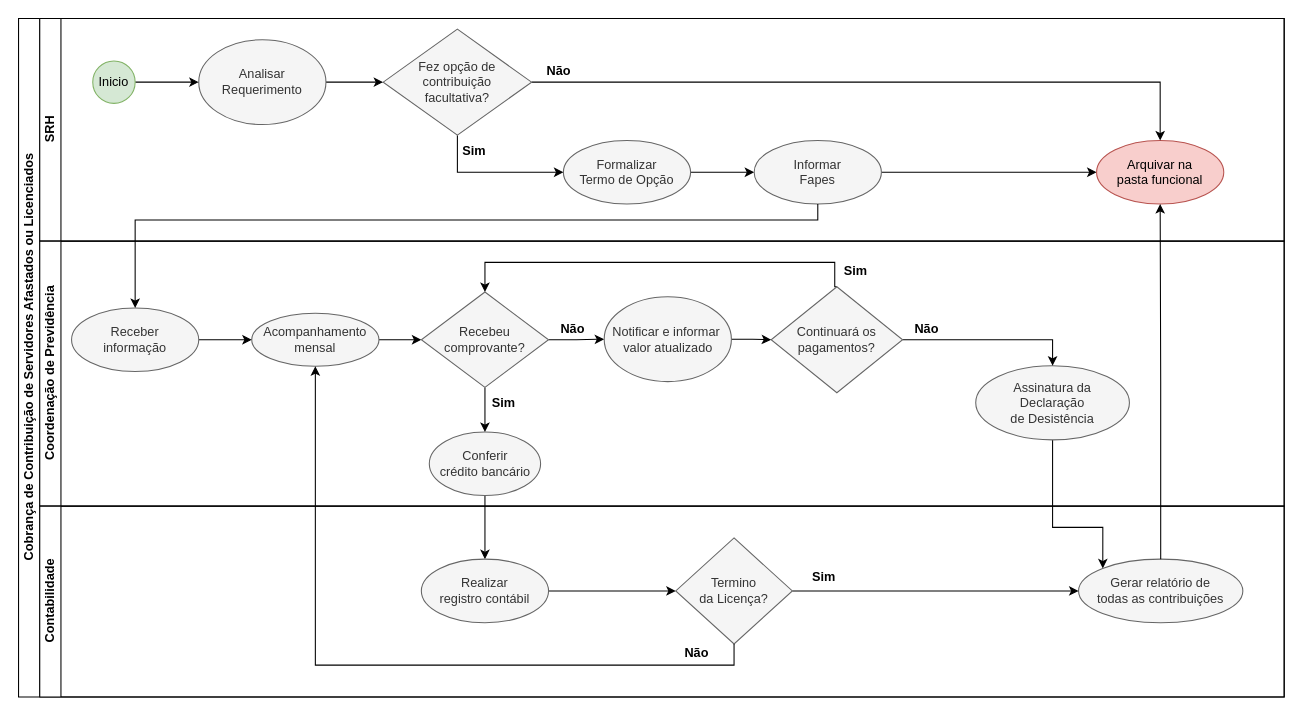
This is CobrancaServidorLicenciado.drawio from Ramaniks/fluxogramas-toledoprev, a draw.io file, before an edit. Source tidied: cells renumbered, new cells numbered last; positions are measured from the earlier drawing's top-left corner, leaving out a move shared by most shapes. Both pictures are drawn from the tidied source at 106%, with x=0, y=0 at pixel (18, 18).
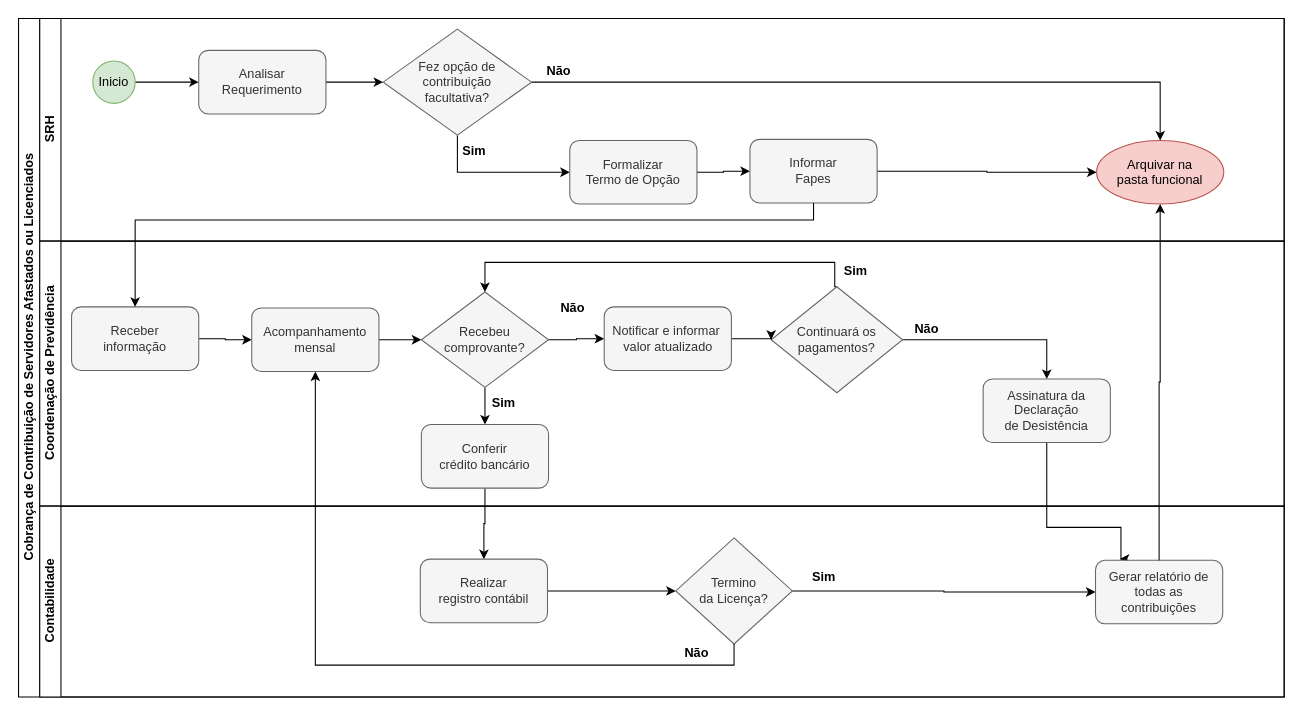
The same diagram, later.

Commit message (it also covers changes not shown here):
Colocado no padrão.

The change refers to these unchanged cells:
```xml
<mxCell id="2" value="Cobrança de Contribuição de Servidores Afastados ou Licenciados" style="swimlane;horizontal=0;startSize=20;html=1;" parent="1" vertex="1">
  <mxGeometry width="1194" height="640" as="geometry" />
</mxCell>
<mxCell id="3" value="SRH" style="swimlane;startSize=20;horizontal=0;html=1;" parent="2" vertex="1">
  <mxGeometry x="20" width="1174" height="210" as="geometry" />
</mxCell>
<mxCell id="8" value="Arquivar na &lt;br&gt;pasta funcional" style="ellipse;whiteSpace=wrap;html=1;fillColor=#f8cecc;strokeColor=#b85450;" parent="3" vertex="1">
  <mxGeometry x="997" y="115" width="120" height="60" as="geometry" />
</mxCell>
<mxCell id="11" value="Fez opção de contribuição &lt;br&gt;facultativa?" style="rhombus;whiteSpace=wrap;html=1;fillColor=#f5f5f5;fontColor=#333333;strokeColor=#666666;" parent="3" vertex="1">
  <mxGeometry x="324" y="10" width="140" height="100" as="geometry" />
</mxCell>
<mxCell id="17" value="Inicio" style="ellipse;whiteSpace=wrap;html=1;fillColor=#d5e8d4;strokeColor=#82b366;" parent="3" vertex="1">
  <mxGeometry x="50" y="40" width="40" height="40" as="geometry" />
</mxCell>
<mxCell id="20" value="Coordenação de Previdência" style="swimlane;startSize=20;horizontal=0;html=1;" parent="2" vertex="1">
  <mxGeometry x="20" y="210" width="1174" height="250" as="geometry" />
</mxCell>
<mxCell id="27" value="Recebeu comprovante?" style="rhombus;whiteSpace=wrap;html=1;fillColor=#f5f5f5;fontColor=#333333;strokeColor=#666666;" parent="20" vertex="1">
  <mxGeometry x="360" y="48" width="120" height="90" as="geometry" />
</mxCell>
<mxCell id="34" value="Continuará os&lt;br&gt;pagamentos?" style="rhombus;whiteSpace=wrap;html=1;fillColor=#f5f5f5;strokeColor=#666666;fontColor=#333333;" parent="20" vertex="1">
  <mxGeometry x="690" y="43" width="124" height="100" as="geometry" />
</mxCell>
<mxCell id="39" value="Contabilidade" style="swimlane;startSize=20;horizontal=0;html=1;" parent="2" vertex="1">
  <mxGeometry x="20" y="460" width="1174" height="180" as="geometry" />
</mxCell>
<mxCell id="45" value="Termino &lt;br&gt;da Licença?" style="rhombus;whiteSpace=wrap;html=1;fillColor=#f5f5f5;fontColor=#333333;strokeColor=#666666;" parent="39" vertex="1">
  <mxGeometry x="600" y="30" width="110" height="100" as="geometry" />
</mxCell>
```

Diff of the diagram source:
```diff
@@
-    <mxCell id="4" style="edgeStyle=orthogonalEdgeStyle;rounded=0;jettySize=auto;html=1;" parent="3" edge="1" source="5" target="7">
+    <mxCell id="4" style="edgeStyle=orthogonalEdgeStyle;rounded=0;jettySize=auto;html=1;exitX=1;exitY=0.5;exitDx=0;exitDy=0;entryX=0;entryY=0.5;entryDx=0;entryDy=0;" parent="3" edge="1" source="5" target="7">
       <mxGeometry relative="1" as="geometry" />
     </mxCell>
-    <mxCell id="5" value="Formalizar&lt;br&gt;Termo de Opção" style="ellipse;whiteSpace=wrap;html=1;fillColor=#f5f5f5;fontColor=#333333;strokeColor=#666666;" parent="3" vertex="1">
-      <mxGeometry x="494" y="115" width="120" height="60" as="geometry" />
-    </mxCell>
-    <mxCell id="6" style="edgeStyle=orthogonalEdgeStyle;rounded=0;jettySize=auto;html=1;" parent="3" edge="1" source="7" target="8">
+    <mxCell id="6" style="edgeStyle=orthogonalEdgeStyle;rounded=0;jettySize=auto;html=1;exitX=1;exitY=0.5;exitDx=0;exitDy=0;" parent="3" edge="1" source="7" target="8">
       <mxGeometry relative="1" as="geometry" />
     </mxCell>
-    <mxCell id="7" value="Informar&lt;br&gt;Fapes" style="ellipse;whiteSpace=wrap;html=1;fillColor=#f5f5f5;fontColor=#333333;strokeColor=#666666;" parent="3" vertex="1">
-      <mxGeometry x="674" y="115" width="120" height="60" as="geometry" />
-    </mxCell>
@@
-    <mxCell id="14" style="edgeStyle=orthogonalEdgeStyle;rounded=0;jettySize=auto;html=1;" parent="3" edge="1" source="15" target="11">
+    <mxCell id="14" style="edgeStyle=orthogonalEdgeStyle;rounded=0;jettySize=auto;html=1;exitX=1;exitY=0.5;exitDx=0;exitDy=0;" parent="3" edge="1" source="15" target="11">
       <mxGeometry relative="1" as="geometry" />
     </mxCell>
-    <mxCell id="15" value="Analisar Requerimento" style="ellipse;whiteSpace=wrap;html=1;fillColor=#f5f5f5;fontColor=#333333;strokeColor=#666666;" parent="3" vertex="1">
-      <mxGeometry x="150" y="20" width="120" height="80" as="geometry" />
-    </mxCell>
-    <mxCell id="16" style="edgeStyle=orthogonalEdgeStyle;rounded=0;jettySize=auto;html=1;" parent="3" edge="1" source="17" target="15">
+    <mxCell id="16" style="edgeStyle=orthogonalEdgeStyle;rounded=0;jettySize=auto;html=1;entryX=0;entryY=0.5;entryDx=0;entryDy=0;" parent="3" edge="1" source="17" target="15">
       <mxGeometry relative="1" as="geometry" />
     </mxCell>
@@
+    <mxCell id="15" value="Analisar Requerimento" style="rounded=1;whiteSpace=wrap;html=1;strokeWidth=1;fillColor=#f5f5f5;fontColor=#333333;strokeColor=#666666;" parent="3" vertex="1">
+      <mxGeometry x="150" y="30" width="120" height="60" as="geometry" />
+    </mxCell>
+    <mxCell id="5" value="Formalizar&lt;br style=&quot;border-color: var(--border-color);&quot;&gt;Termo de Opção" style="rounded=1;whiteSpace=wrap;html=1;strokeWidth=1;fillColor=#f5f5f5;fontColor=#333333;strokeColor=#666666;" parent="3" vertex="1">
+      <mxGeometry x="500" y="115" width="120" height="60" as="geometry" />
+    </mxCell>
+    <mxCell id="7" value="Informar&lt;br style=&quot;border-color: var(--border-color);&quot;&gt;Fapes" style="rounded=1;whiteSpace=wrap;html=1;strokeWidth=1;fillColor=#f5f5f5;fontColor=#333333;strokeColor=#666666;" parent="3" vertex="1">
+      <mxGeometry x="670" y="114" width="120" height="60" as="geometry" />
+    </mxCell>
-    <mxCell id="18" style="edgeStyle=orthogonalEdgeStyle;rounded=0;jettySize=auto;html=1;" parent="2" edge="1" source="24" target="41">
+    <mxCell id="18" style="edgeStyle=orthogonalEdgeStyle;rounded=0;jettySize=auto;html=1;entryX=0.5;entryY=0;entryDx=0;entryDy=0;exitX=0.5;exitY=1;exitDx=0;exitDy=0;" parent="2" edge="1" source="24" target="41">
       <mxGeometry relative="1" as="geometry" />
     </mxCell>
-    <mxCell id="19" style="rounded=0;jettySize=auto;html=1;exitX=0.5;exitY=1;exitDx=0;exitDy=0;edgeStyle=orthogonalEdgeStyle;entryX=0;entryY=0;entryDx=0;entryDy=0;" parent="2" edge="1" source="23" target="42">
+    <mxCell id="19" style="rounded=0;jettySize=auto;html=1;exitX=0.5;exitY=1;exitDx=0;exitDy=0;edgeStyle=orthogonalEdgeStyle;entryX=0.191;entryY=-0.018;entryDx=0;entryDy=0;entryPerimeter=0;" parent="2" edge="1" source="23" target="42">
       <mxGeometry relative="1" as="geometry">
         <Array as="points">
-          <mxPoint x="976" y="480" />
-          <mxPoint x="1023" y="480" />
+          <mxPoint x="970" y="480" />
+          <mxPoint x="1040" y="480" />
+          <mxPoint x="1040" y="510" />
         </Array>
       </mxGeometry>
     </mxCell>
@@
-    <mxCell id="21" style="edgeStyle=orthogonalEdgeStyle;rounded=0;jettySize=auto;html=1;" parent="20" edge="1" source="22" target="27">
+    <mxCell id="21" style="edgeStyle=orthogonalEdgeStyle;rounded=0;jettySize=auto;html=1;exitX=1;exitY=0.5;exitDx=0;exitDy=0;" parent="20" edge="1" source="22" target="27">
       <mxGeometry relative="1" as="geometry" />
     </mxCell>
-    <mxCell id="22" value="Acompanhamento&lt;br&gt;mensal" style="ellipse;whiteSpace=wrap;html=1;fillColor=#f5f5f5;fontColor=#333333;strokeColor=#666666;" parent="20" vertex="1">
-      <mxGeometry x="200" y="68" width="120" height="50" as="geometry" />
-    </mxCell>
-    <mxCell id="23" value="Assinatura da &lt;br&gt;Declaração &lt;br&gt;de Desistência" style="ellipse;whiteSpace=wrap;html=1;fillColor=#f5f5f5;fontColor=#333333;strokeColor=#666666;" parent="20" vertex="1">
-      <mxGeometry x="883" y="117.5" width="145" height="70" as="geometry" />
-    </mxCell>
-    <mxCell id="24" value="Conferir &lt;br&gt;crédito bancário" style="ellipse;whiteSpace=wrap;html=1;fillColor=#f5f5f5;fontColor=#333333;strokeColor=#666666;" parent="20" vertex="1">
-      <mxGeometry x="367.5" y="180" width="105" height="60" as="geometry" />
-    </mxCell>
-    <mxCell id="25" style="edgeStyle=orthogonalEdgeStyle;rounded=0;jettySize=auto;html=1;" parent="20" edge="1" source="27" target="24">
+    <mxCell id="25" style="edgeStyle=orthogonalEdgeStyle;rounded=0;jettySize=auto;html=1;entryX=0.5;entryY=0;entryDx=0;entryDy=0;" parent="20" edge="1" source="27" target="24">
       <mxGeometry relative="1" as="geometry" />
     </mxCell>
-    <mxCell id="26" style="edgeStyle=orthogonalEdgeStyle;rounded=0;jettySize=auto;html=1;" parent="20" edge="1" source="27" target="36">
+    <mxCell id="26" style="edgeStyle=orthogonalEdgeStyle;rounded=0;jettySize=auto;html=1;entryX=0;entryY=0.5;entryDx=0;entryDy=0;" parent="20" edge="1" source="27" target="36">
       <mxGeometry relative="1" as="geometry" />
     </mxCell>
@@
     <mxCell id="29" value="Não" style="text;html=1;strokeColor=none;fillColor=none;align=center;verticalAlign=middle;whiteSpace=wrap;rounded=0;fontStyle=1;" parent="20" vertex="1">
-      <mxGeometry x="472.5" y="68" width="60" height="30" as="geometry" />
+      <mxGeometry x="472.5" y="48" width="60" height="30" as="geometry" />
     </mxCell>
-    <mxCell id="30" style="edgeStyle=orthogonalEdgeStyle;rounded=0;jettySize=auto;html=1;" parent="20" edge="1" source="31" target="22">
+    <mxCell id="30" style="edgeStyle=orthogonalEdgeStyle;rounded=0;jettySize=auto;html=1;exitX=1;exitY=0.5;exitDx=0;exitDy=0;entryX=0;entryY=0.5;entryDx=0;entryDy=0;" parent="20" edge="1" source="31" target="22">
       <mxGeometry relative="1" as="geometry" />
     </mxCell>
-    <mxCell id="31" value="Receber&lt;br&gt;informação" style="ellipse;whiteSpace=wrap;html=1;fillColor=#f5f5f5;fontColor=#333333;strokeColor=#666666;" parent="20" vertex="1">
-      <mxGeometry x="30" y="63" width="120" height="60" as="geometry" />
-    </mxCell>
@@
-    <mxCell id="35" style="edgeStyle=orthogonalEdgeStyle;rounded=0;jettySize=auto;html=1;entryX=0;entryY=0.5;entryDx=0;entryDy=0;" parent="20" edge="1" source="36" target="34">
+    <mxCell id="35" style="edgeStyle=orthogonalEdgeStyle;rounded=0;jettySize=auto;html=1;entryX=0;entryY=0.5;entryDx=0;entryDy=0;exitX=1;exitY=0.5;exitDx=0;exitDy=0;" parent="20" edge="1" source="36" target="34">
       <mxGeometry relative="1" as="geometry" />
     </mxCell>
-    <mxCell id="36" value="Notificar e informar&amp;nbsp;&lt;br&gt;valor atualizado" style="ellipse;whiteSpace=wrap;html=1;fillColor=#f5f5f5;fontColor=#333333;strokeColor=#666666;" parent="20" vertex="1">
-      <mxGeometry x="532.5" y="52.5" width="120" height="80" as="geometry" />
-    </mxCell>
@@
+    <mxCell id="31" value="Receber&lt;br style=&quot;border-color: var(--border-color);&quot;&gt;informação" style="rounded=1;whiteSpace=wrap;html=1;strokeWidth=1;fillColor=#f5f5f5;fontColor=#333333;strokeColor=#666666;" parent="20" vertex="1">
+      <mxGeometry x="30" y="62" width="120" height="60" as="geometry" />
+    </mxCell>
+    <mxCell id="22" value="Acompanhamento&lt;br style=&quot;border-color: var(--border-color);&quot;&gt;mensal" style="rounded=1;whiteSpace=wrap;html=1;strokeWidth=1;fillColor=#f5f5f5;fontColor=#333333;strokeColor=#666666;" parent="20" vertex="1">
+      <mxGeometry x="200" y="63" width="120" height="60" as="geometry" />
+    </mxCell>
+    <mxCell id="36" value="Notificar e informar&amp;nbsp;&lt;br style=&quot;border-color: var(--border-color);&quot;&gt;valor atualizado" style="rounded=1;whiteSpace=wrap;html=1;strokeWidth=1;fillColor=#f5f5f5;fontColor=#333333;strokeColor=#666666;" parent="20" vertex="1">
+      <mxGeometry x="532.5" y="62" width="120" height="60" as="geometry" />
+    </mxCell>
+    <mxCell id="23" value="Assinatura da&lt;br style=&quot;border-color: var(--border-color);&quot;&gt;Declaração&lt;br style=&quot;border-color: var(--border-color);&quot;&gt;de Desistência" style="rounded=1;whiteSpace=wrap;html=1;strokeWidth=1;fillColor=#f5f5f5;fontColor=#333333;strokeColor=#666666;" parent="20" vertex="1">
+      <mxGeometry x="890" y="130" width="120" height="60" as="geometry" />
+    </mxCell>
+    <mxCell id="24" value="Conferir&lt;br style=&quot;border-color: var(--border-color);&quot;&gt;crédito bancário" style="rounded=1;whiteSpace=wrap;html=1;strokeWidth=1;fillColor=#f5f5f5;fontColor=#333333;strokeColor=#666666;" parent="20" vertex="1">
+      <mxGeometry x="360" y="173" width="120" height="60" as="geometry" />
+    </mxCell>
@@
-    <mxCell id="40" style="edgeStyle=orthogonalEdgeStyle;rounded=0;jettySize=auto;html=1;entryX=0;entryY=0.5;entryDx=0;entryDy=0;" parent="39" edge="1" source="41" target="45">
+    <mxCell id="40" style="edgeStyle=orthogonalEdgeStyle;rounded=0;jettySize=auto;html=1;entryX=0;entryY=0.5;entryDx=0;entryDy=0;exitX=1;exitY=0.5;exitDx=0;exitDy=0;" parent="39" edge="1" source="41" target="45">
       <mxGeometry relative="1" as="geometry" />
     </mxCell>
-    <mxCell id="41" value="Realizar &lt;br&gt;registro contábil" style="ellipse;whiteSpace=wrap;html=1;fillColor=#f5f5f5;fontColor=#333333;strokeColor=#666666;" parent="39" vertex="1">
-      <mxGeometry x="360" y="50" width="120" height="60" as="geometry" />
-    </mxCell>
-    <mxCell id="42" value="Gerar relatório de &lt;br&gt;todas as contribuições" style="ellipse;whiteSpace=wrap;html=1;fillColor=#f5f5f5;fontColor=#333333;strokeColor=#666666;" parent="39" vertex="1">
-      <mxGeometry x="980" y="50" width="155" height="60" as="geometry" />
-    </mxCell>
@@
-    <mxCell id="44" style="edgeStyle=orthogonalEdgeStyle;rounded=0;jettySize=auto;html=1;" parent="39" edge="1" source="45" target="42">
+    <mxCell id="44" style="edgeStyle=orthogonalEdgeStyle;rounded=0;jettySize=auto;html=1;entryX=0;entryY=0.5;entryDx=0;entryDy=0;" parent="39" edge="1" source="45" target="42">
       <mxGeometry relative="1" as="geometry" />
     </mxCell>
@@
+    <mxCell id="42" value="Gerar relatório de&lt;br style=&quot;border-color: var(--border-color);&quot;&gt;todas as contribuições" style="rounded=1;whiteSpace=wrap;html=1;strokeWidth=1;fillColor=#f5f5f5;fontColor=#333333;strokeColor=#666666;" parent="39" vertex="1">
+      <mxGeometry x="996" y="51" width="120" height="60" as="geometry" />
+    </mxCell>
+    <mxCell id="41" value="Realizar&lt;br style=&quot;border-color: var(--border-color);&quot;&gt;registro contábil" style="rounded=1;whiteSpace=wrap;html=1;strokeWidth=1;fillColor=#f5f5f5;fontColor=#333333;strokeColor=#666666;" parent="39" vertex="1">
+      <mxGeometry x="359" y="50" width="120" height="60" as="geometry" />
+    </mxCell>
-    <mxCell id="47" style="edgeStyle=orthogonalEdgeStyle;rounded=0;jettySize=auto;html=1;" parent="2" edge="1" source="42" target="8">
+    <mxCell id="47" style="edgeStyle=orthogonalEdgeStyle;rounded=0;jettySize=auto;html=1;exitX=0.5;exitY=0;exitDx=0;exitDy=0;" parent="2" edge="1" source="42" target="8">
       <mxGeometry relative="1" as="geometry" />
     </mxCell>
-    <mxCell id="48" style="edgeStyle=orthogonalEdgeStyle;rounded=0;jettySize=auto;html=1;entryX=0.5;entryY=0;entryDx=0;entryDy=0;" parent="2" edge="1" source="7" target="31">
+    <mxCell id="48" style="edgeStyle=orthogonalEdgeStyle;rounded=0;jettySize=auto;html=1;entryX=0.5;entryY=0;entryDx=0;entryDy=0;exitX=0.5;exitY=1;exitDx=0;exitDy=0;" parent="2" edge="1" source="7" target="31">
       <mxGeometry relative="1" as="geometry">
         <Array as="points">
-          <mxPoint x="754" y="190" />
+          <mxPoint x="750" y="190" />
           <mxPoint x="110" y="190" />
         </Array>
       </mxGeometry>
     </mxCell>
```
